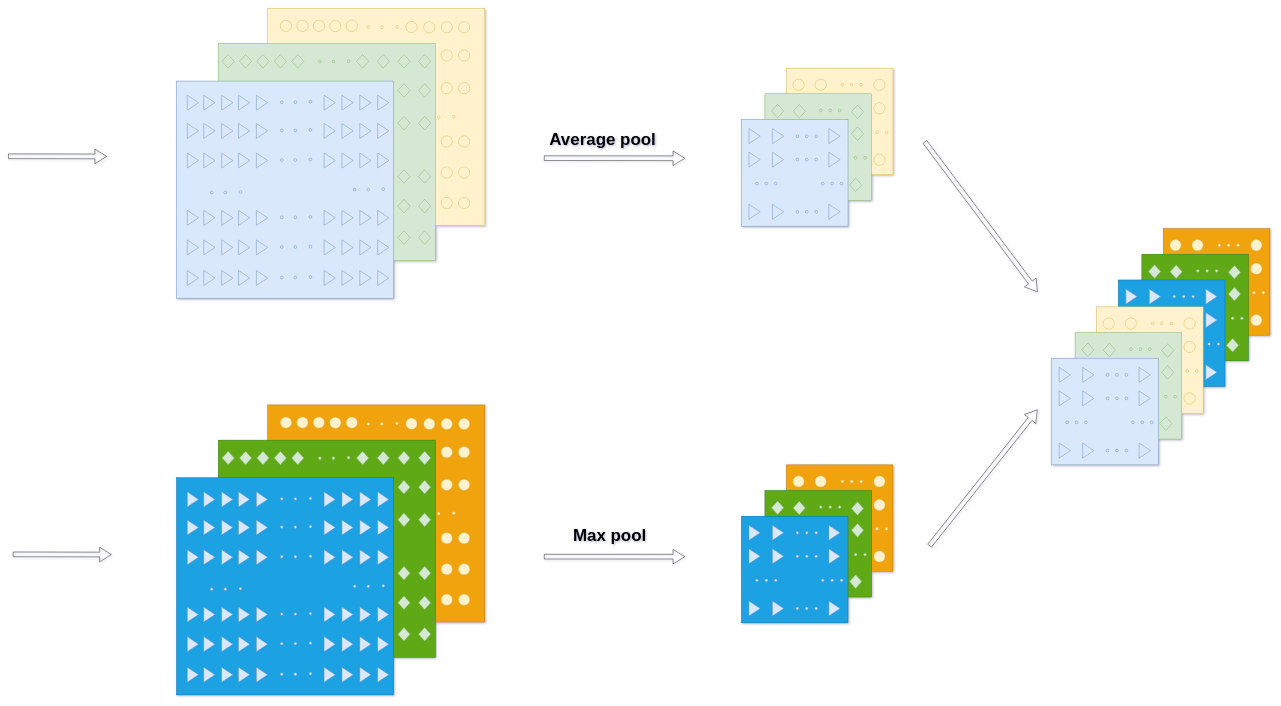
Before: page "第 7 页" (7 of 8) of 未命名绘图.drawio in 1834956177/Phiopenset, a draw.io diagram. Source tidied: cells renumbered, new cells numbered last; positions are measured from the earlier drawing's top-left corner, leaving out a move shared by most shapes. Both pictures are drawn from the tidied source at 47%, with x=0, y=0 at pixel (8, 8).
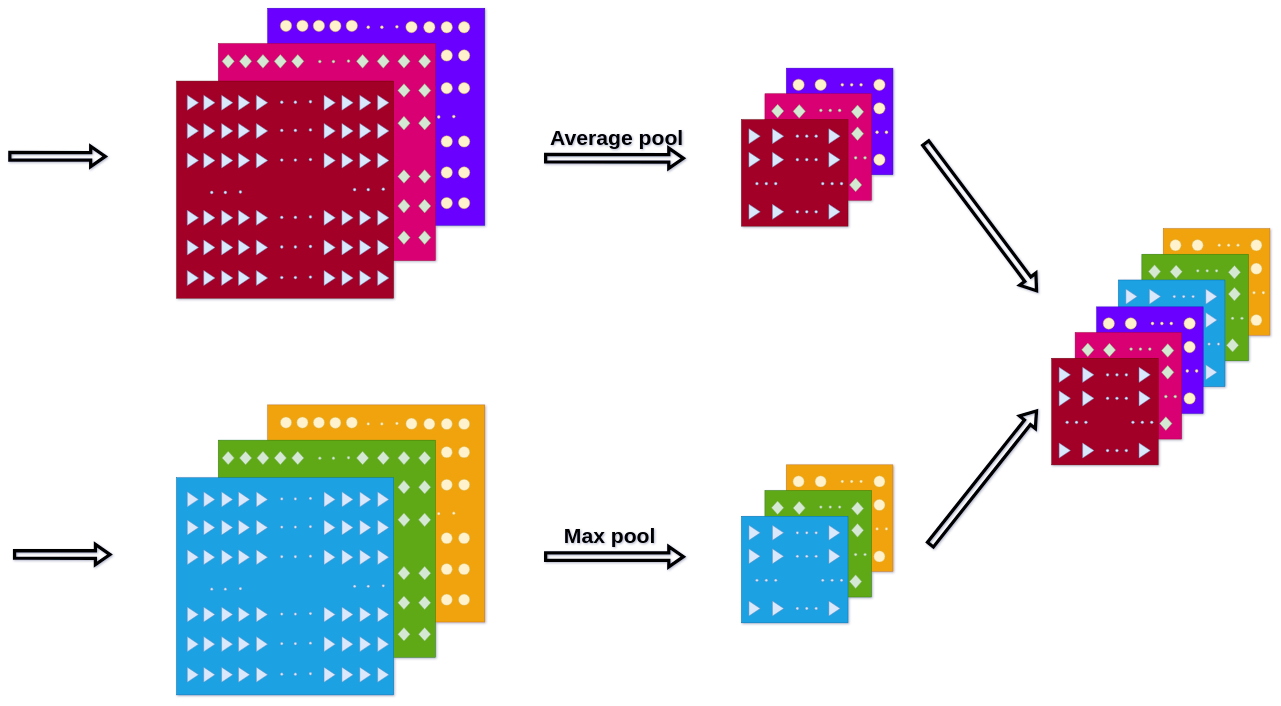
The same diagram, later.

Commit message:
更新未命名绘图.drawio

Change to the diagram source:
```diff
@@
-    <mxCell id="77" style="whiteSpace=wrap;html=1;fillColor=#fff2cc;strokeColor=#d6b656;" parent="1" vertex="1">
+    <mxCell id="77" style="whiteSpace=wrap;html=1;fillColor=#6a00ff;strokeColor=#3700CC;fontColor=#ffffff;" parent="1" vertex="1">
       <mxGeometry x="1655.6" y="127.5" width="226.8" height="226.8" as="geometry" />
     </mxCell>
@@
-    <mxCell id="102" style="whiteSpace=wrap;html=1;fillColor=#d5e8d4;strokeColor=#82b366;" parent="1" vertex="1">
+    <mxCell id="102" style="whiteSpace=wrap;html=1;fillColor=#d80073;strokeColor=#A50040;fontColor=#ffffff;" parent="1" vertex="1">
       <mxGeometry x="1610" y="182" width="226.8" height="226.8" as="geometry" />
     </mxCell>
@@
-    <mxCell id="127" style="whiteSpace=wrap;html=1;fillColor=#dae8fc;strokeColor=#6c8ebf;" parent="1" vertex="1">
+    <mxCell id="127" style="whiteSpace=wrap;html=1;fillColor=#a20025;strokeColor=#6F0000;fontColor=#ffffff;" parent="1" vertex="1">
       <mxGeometry x="1560" y="236.9" width="226.8" height="226.8" as="geometry" />
     </mxCell>
-    <mxCell id="128" style="whiteSpace=wrap;html=1;fillColor=#fff2cc;strokeColor=#d6b656;" parent="1" vertex="1">
+    <mxCell id="128" style="whiteSpace=wrap;html=1;fillColor=#6a00ff;strokeColor=#3700CC;fontColor=#ffffff;" parent="1" vertex="1">
       <mxGeometry x="552" width="462" height="462" as="geometry" />
     </mxCell>
@@
-    <mxCell id="207" style="whiteSpace=wrap;html=1;fillColor=#d5e8d4;strokeColor=#82b366;" parent="1" vertex="1">
+    <mxCell id="207" style="whiteSpace=wrap;html=1;fillColor=#d80073;strokeColor=#A50040;fontColor=#ffffff;" parent="1" vertex="1">
       <mxGeometry x="447" y="75" width="462" height="462" as="geometry" />
     </mxCell>
@@
-    <mxCell id="280" style="whiteSpace=wrap;html=1;fillColor=#dae8fc;strokeColor=#6c8ebf;" parent="1" vertex="1">
+    <mxCell id="280" style="whiteSpace=wrap;html=1;fillColor=#a20025;strokeColor=#6F0000;fontColor=#ffffff;" parent="1" vertex="1">
       <mxGeometry x="358" y="155" width="462" height="462" as="geometry" />
     </mxCell>
@@
-    <mxCell id="689" style="shape=flexArrow;endArrow=classic;html=1;rounded=0;fontSize=12;startSize=8;endSize=8;curved=1;" parent="1" edge="1">
+    <mxCell id="689" style="shape=flexArrow;endArrow=classic;html=1;rounded=0;fontSize=12;startSize=8;endSize=8;curved=1;strokeWidth=7;" parent="1" edge="1">
       <mxGeometry relative="1" as="geometry">
         <mxPoint y="315" as="sourcePoint" />
         <mxPoint x="210" y="315.4" as="targetPoint" />
       </mxGeometry>
     </mxCell>
-    <mxCell id="690" style="shape=flexArrow;endArrow=classic;html=1;rounded=0;fontSize=12;startSize=8;endSize=8;curved=1;" parent="1" edge="1">
+    <mxCell id="690" style="shape=flexArrow;endArrow=classic;html=1;rounded=0;fontSize=12;startSize=8;endSize=8;curved=1;strokeWidth=7;" parent="1" edge="1">
       <mxGeometry relative="1" as="geometry">
         <mxPoint x="1140" y="319" as="sourcePoint" />
         <mxPoint x="1440" y="319.3" as="targetPoint" />
       </mxGeometry>
     </mxCell>
-    <mxCell id="691" style="shape=flexArrow;endArrow=classic;html=1;rounded=0;fontSize=12;startSize=8;endSize=8;curved=1;" parent="1" edge="1">
+    <mxCell id="691" style="shape=flexArrow;endArrow=classic;html=1;rounded=0;fontSize=12;startSize=8;endSize=8;curved=1;fontColor=#000000;labelBorderColor=none;strokeColor=#000000;strokeWidth=7;" parent="1" edge="1">
       <mxGeometry relative="1" as="geometry">
         <mxPoint x="1950" y="284" as="sourcePoint" />
         <mxPoint x="2190" y="604" as="targetPoint" />
       </mxGeometry>
     </mxCell>
-    <mxCell id="692" style="shape=flexArrow;endArrow=classic;html=1;rounded=0;fontSize=12;startSize=8;endSize=8;curved=1;" parent="1" edge="1">
+    <mxCell id="692" style="shape=flexArrow;endArrow=classic;html=1;rounded=0;fontSize=12;startSize=8;endSize=8;curved=1;strokeWidth=7;" parent="1" edge="1">
       <mxGeometry relative="1" as="geometry">
         <mxPoint x="10" y="1162" as="sourcePoint" />
         <mxPoint x="220" y="1162.4" as="targetPoint" />
       </mxGeometry>
     </mxCell>
-    <mxCell id="693" style="shape=flexArrow;endArrow=classic;html=1;rounded=0;fontSize=12;startSize=8;endSize=8;curved=1;" parent="1" edge="1">
+    <mxCell id="693" style="shape=flexArrow;endArrow=classic;html=1;rounded=0;fontSize=12;startSize=8;endSize=8;curved=1;strokeWidth=7;" parent="1" edge="1">
       <mxGeometry relative="1" as="geometry">
         <mxPoint x="1140" y="1166.9" as="sourcePoint" />
         <mxPoint x="1440" y="1167" as="targetPoint" />
       </mxGeometry>
     </mxCell>
-    <mxCell id="694" style="shape=flexArrow;endArrow=classic;html=1;rounded=0;fontSize=12;startSize=8;endSize=8;curved=1;" parent="1" edge="1">
+    <mxCell id="694" style="shape=flexArrow;endArrow=classic;html=1;rounded=0;fontSize=12;startSize=8;endSize=8;curved=1;strokeWidth=7;" parent="1" edge="1">
       <mxGeometry relative="1" as="geometry">
         <mxPoint x="1960" y="1144" as="sourcePoint" />
         <mxPoint x="2190" y="854" as="targetPoint" />
       </mxGeometry>
     </mxCell>
-    <mxCell id="695" style="whiteSpace=wrap;html=1;fillColor=#fff2cc;strokeColor=#d6b656;" parent="1" vertex="1">
+    <mxCell id="695" style="whiteSpace=wrap;html=1;fillColor=#6a00ff;strokeColor=#3700CC;fontColor=#ffffff;" parent="1" vertex="1">
       <mxGeometry x="2315.6" y="635.4" width="226.8" height="226.8" as="geometry" />
     </mxCell>
@@
-    <mxCell id="720" style="whiteSpace=wrap;html=1;fillColor=#d5e8d4;strokeColor=#82b366;" parent="1" vertex="1">
+    <mxCell id="720" style="whiteSpace=wrap;html=1;fillColor=#d80073;strokeColor=#A50040;fontColor=#ffffff;" parent="1" vertex="1">
       <mxGeometry x="2270" y="689.9" width="226.8" height="226.8" as="geometry" />
     </mxCell>
@@
-    <mxCell id="745" style="whiteSpace=wrap;html=1;fillColor=#dae8fc;strokeColor=#6c8ebf;" parent="1" vertex="1">
+    <mxCell id="745" style="whiteSpace=wrap;html=1;fillColor=#a20025;strokeColor=#6F0000;fontColor=#ffffff;" parent="1" vertex="1">
       <mxGeometry x="2220" y="744.8" width="226.8" height="226.8" as="geometry" />
     </mxCell>
@@
-    <mxCell id="770" value="&lt;font style=&quot;font-size: 36px;&quot;&gt;Average pool&lt;/font&gt;" style="text;html=1;align=center;verticalAlign=middle;whiteSpace=wrap;rounded=0;fontStyle=1;" parent="1" vertex="1">
-      <mxGeometry x="1150" y="263" width="230" height="30" as="geometry" />
+    <mxCell id="770" value="&lt;font&gt;Average pool&lt;/font&gt;" style="text;html=1;align=center;verticalAlign=middle;whiteSpace=wrap;rounded=0;fontStyle=1;fontSize=45;" parent="1" vertex="1">
+      <mxGeometry x="1130" y="260.9" width="330" height="30" as="geometry" />
     </mxCell>
-    <mxCell id="771" value="&lt;font style=&quot;font-size: 36px;&quot;&gt;Max pool&lt;/font&gt;" style="text;html=1;align=center;verticalAlign=middle;whiteSpace=wrap;rounded=0;fontStyle=1;" parent="1" vertex="1">
+    <mxCell id="771" value="&lt;font style=&quot;font-size: 45px;&quot;&gt;Max pool&lt;/font&gt;" style="text;html=1;align=center;verticalAlign=middle;whiteSpace=wrap;rounded=0;fontStyle=1;" parent="1" vertex="1">
       <mxGeometry x="1160" y="1107" width="240" height="30" as="geometry" />
     </mxCell>
```
